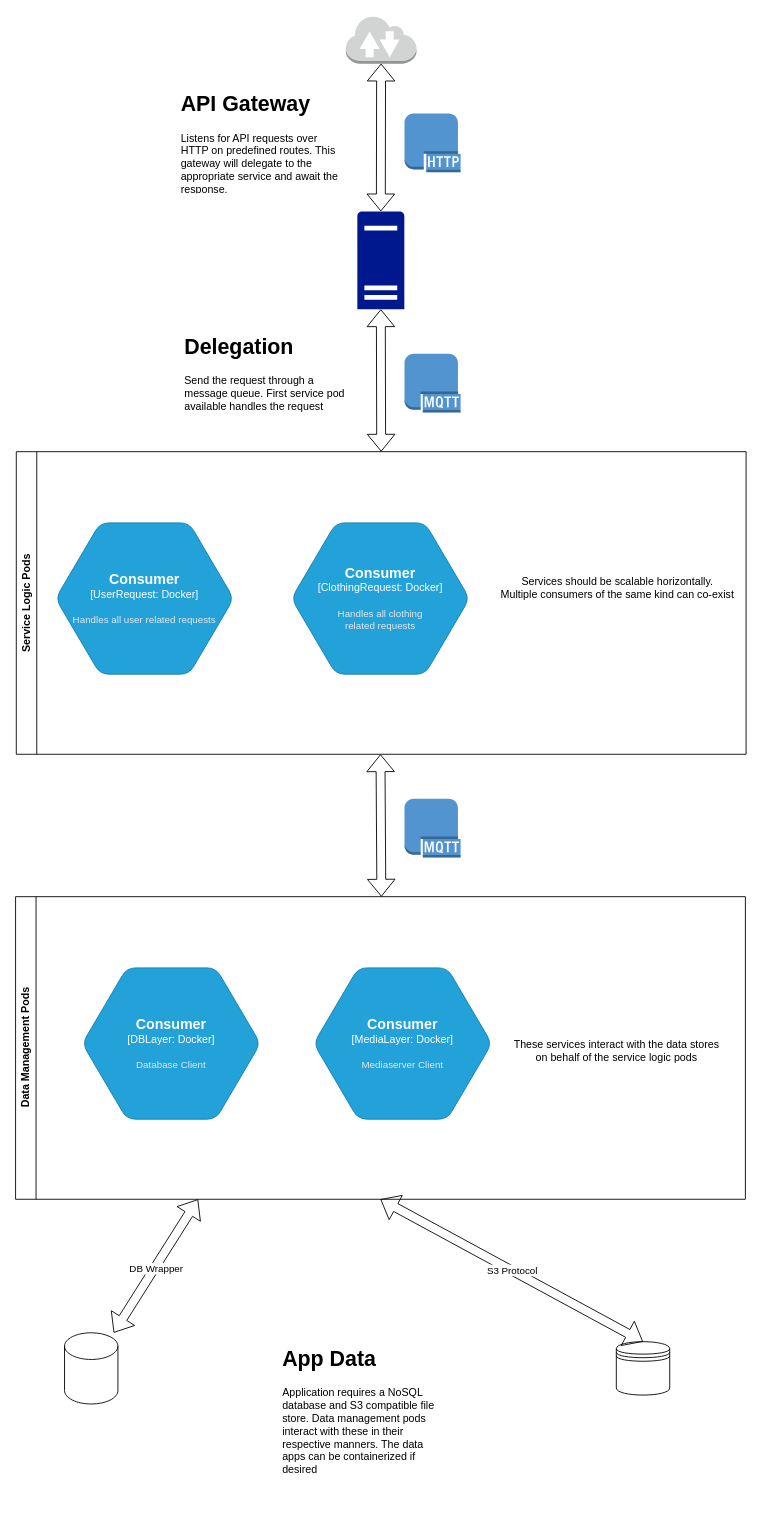
This is diagrams/service-workflow.drawio from fit-check-app/design-spec, a draw.io file, before an edit. Source tidied: cells renumbered, new cells numbered last; positions are measured from the earlier drawing's top-left corner, leaving out a move shared by most shapes. Both pictures are drawn from the tidied source at 89%, with x=0, y=0 at pixel (15, 15).
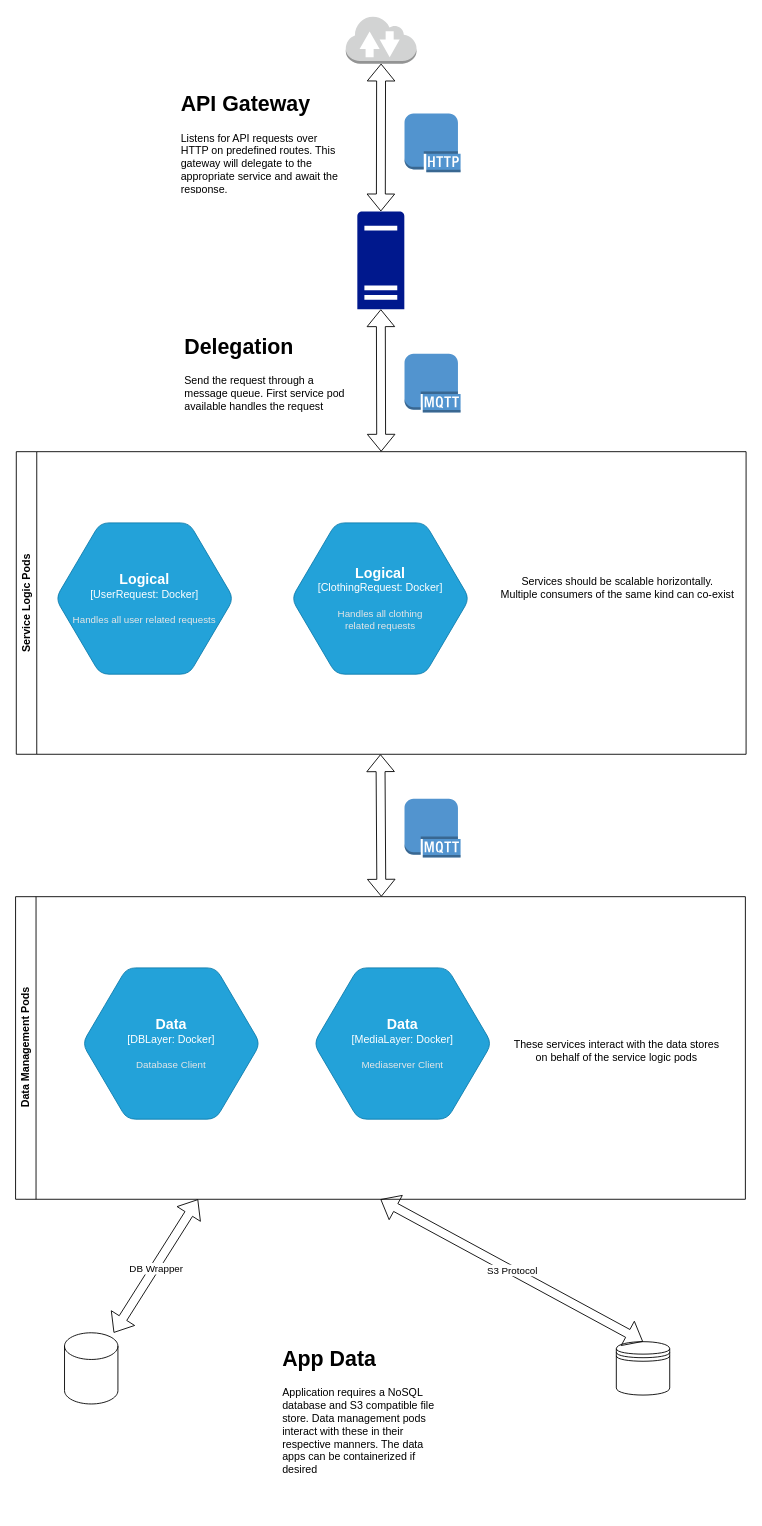
Above is the later version.

Commit message (it also covers changes not shown here):
Fix workflow consistency

Unchanged cells that the change refers to:
```xml
<mxCell id="7" value="Service Logic Pods" style="swimlane;horizontal=0;whiteSpace=wrap;html=1;" parent="1" vertex="1">
  <mxGeometry x="0.8" y="490" width="820" height="340" as="geometry" />
</mxCell>
<mxCell id="14" value="Data Management Pods" style="swimlane;horizontal=0;whiteSpace=wrap;html=1;" parent="1" vertex="1">
  <mxGeometry y="990" width="820" height="340" as="geometry" />
</mxCell>
```

Diff of the diagram source:
```diff
@@
-    <object id="8" label="&lt;font style=&quot;font-size: 16px&quot;&gt;&lt;b&gt;%c4Type%&lt;/b&gt;&lt;/font&gt;&lt;div&gt;[%c4Container%:&amp;nbsp;%c4Technology%]&lt;/div&gt;&lt;br&gt;&lt;div&gt;&lt;font style=&quot;font-size: 11px&quot;&gt;&lt;font color=&quot;#E6E6E6&quot;&gt;%c4Description%&lt;/font&gt;&lt;/div&gt;" c4Container="UserRequest" c4Description="Handles all user related requests" c4Technology="Docker" c4Type="Consumer" placeholders="1">
+    <object id="8" label="&lt;font style=&quot;font-size: 16px&quot;&gt;&lt;b&gt;%c4Type%&lt;/b&gt;&lt;/font&gt;&lt;div&gt;[%c4Container%:&amp;nbsp;%c4Technology%]&lt;/div&gt;&lt;br&gt;&lt;div&gt;&lt;font style=&quot;font-size: 11px&quot;&gt;&lt;font color=&quot;#E6E6E6&quot;&gt;%c4Description%&lt;/font&gt;&lt;/div&gt;" c4Container="UserRequest" c4Description="Handles all user related requests" c4Technology="Docker" c4Type="Logical" placeholders="1">
       <mxCell style="shape=hexagon;size=50;perimeter=hexagonPerimeter2;whiteSpace=wrap;html=1;fixedSize=1;rounded=1;labelBackgroundColor=none;fillColor=#23A2D9;fontSize=12;fontColor=#ffffff;align=center;strokeColor=#0E7DAD;" parent="7" vertex="1">
         <mxGeometry x="44.2" y="80" width="200" height="170" as="geometry" />
       </mxCell>
     </object>
-    <object id="9" label="&lt;font style=&quot;font-size: 16px&quot;&gt;&lt;b&gt;%c4Type%&lt;/b&gt;&lt;/font&gt;&lt;div&gt;[%c4Container%:&amp;nbsp;%c4Technology%]&lt;/div&gt;&lt;br&gt;&lt;div&gt;&lt;font style=&quot;font-size: 11px&quot;&gt;&lt;font color=&quot;#E6E6E6&quot;&gt;%c4Description%&lt;/font&gt;&lt;/div&gt;" c4Container="ClothingRequest" c4Description="Handles all clothing&#10; related requests" c4Technology="Docker" c4Type="Consumer" placeholders="1">
+    <object id="9" label="&lt;font style=&quot;font-size: 16px&quot;&gt;&lt;b&gt;%c4Type%&lt;/b&gt;&lt;/font&gt;&lt;div&gt;[%c4Container%:&amp;nbsp;%c4Technology%]&lt;/div&gt;&lt;br&gt;&lt;div&gt;&lt;font style=&quot;font-size: 11px&quot;&gt;&lt;font color=&quot;#E6E6E6&quot;&gt;%c4Description%&lt;/font&gt;&lt;/div&gt;" c4Container="ClothingRequest" c4Description="Handles all clothing&#10; related requests" c4Technology="Docker" c4Type="Logical" placeholders="1">
       <mxCell style="shape=hexagon;size=50;perimeter=hexagonPerimeter2;whiteSpace=wrap;html=1;fixedSize=1;rounded=1;labelBackgroundColor=none;fillColor=#23A2D9;fontSize=12;fontColor=#ffffff;align=center;strokeColor=#0E7DAD;" parent="7" vertex="1">
         <mxGeometry x="309.2" y="80" width="200" height="170" as="geometry" />
       </mxCell>
     </object>
@@
-    <object id="15" label="&lt;font style=&quot;font-size: 16px&quot;&gt;&lt;b&gt;%c4Type%&lt;/b&gt;&lt;/font&gt;&lt;div&gt;[%c4Container%:&amp;nbsp;%c4Technology%]&lt;/div&gt;&lt;br&gt;&lt;div&gt;&lt;font style=&quot;font-size: 11px&quot;&gt;&lt;font color=&quot;#E6E6E6&quot;&gt;%c4Description%&lt;/font&gt;&lt;/div&gt;" c4Container="DBLayer" c4Description="Database Client" c4Technology="Docker" c4Type="Consumer" placeholders="1">
+    <object id="15" label="&lt;font style=&quot;font-size: 16px&quot;&gt;&lt;b&gt;%c4Type%&lt;/b&gt;&lt;/font&gt;&lt;div&gt;[%c4Container%:&amp;nbsp;%c4Technology%]&lt;/div&gt;&lt;br&gt;&lt;div&gt;&lt;font style=&quot;font-size: 11px&quot;&gt;&lt;font color=&quot;#E6E6E6&quot;&gt;%c4Description%&lt;/font&gt;&lt;/div&gt;" c4Container="DBLayer" c4Description="Database Client" c4Technology="Docker" c4Type="Data" placeholders="1">
       <mxCell style="shape=hexagon;size=50;perimeter=hexagonPerimeter2;whiteSpace=wrap;html=1;fixedSize=1;rounded=1;labelBackgroundColor=none;fillColor=#23A2D9;fontSize=12;fontColor=#ffffff;align=center;strokeColor=#0E7DAD;" parent="14" vertex="1">
         <mxGeometry x="75" y="80" width="200" height="170" as="geometry" />
       </mxCell>
     </object>
-    <object id="16" label="&lt;font style=&quot;font-size: 16px&quot;&gt;&lt;b&gt;%c4Type%&lt;/b&gt;&lt;/font&gt;&lt;div&gt;[%c4Container%:&amp;nbsp;%c4Technology%]&lt;/div&gt;&lt;br&gt;&lt;div&gt;&lt;font style=&quot;font-size: 11px&quot;&gt;&lt;font color=&quot;#E6E6E6&quot;&gt;%c4Description%&lt;/font&gt;&lt;/div&gt;" c4Container="MediaLayer" c4Description="Mediaserver Client" c4Technology="Docker" c4Type="Consumer" placeholders="1">
+    <object id="16" label="&lt;font style=&quot;font-size: 16px&quot;&gt;&lt;b&gt;%c4Type%&lt;/b&gt;&lt;/font&gt;&lt;div&gt;[%c4Container%:&amp;nbsp;%c4Technology%]&lt;/div&gt;&lt;br&gt;&lt;div&gt;&lt;font style=&quot;font-size: 11px&quot;&gt;&lt;font color=&quot;#E6E6E6&quot;&gt;%c4Description%&lt;/font&gt;&lt;/div&gt;" c4Container="MediaLayer" c4Description="Mediaserver Client" c4Technology="Docker" c4Type="Data" placeholders="1">
       <mxCell style="shape=hexagon;size=50;perimeter=hexagonPerimeter2;whiteSpace=wrap;html=1;fixedSize=1;rounded=1;labelBackgroundColor=none;fillColor=#23A2D9;fontSize=12;fontColor=#ffffff;align=center;strokeColor=#0E7DAD;" parent="14" vertex="1">
         <mxGeometry x="335" y="80" width="200" height="170" as="geometry" />
       </mxCell>
     </object>
```
